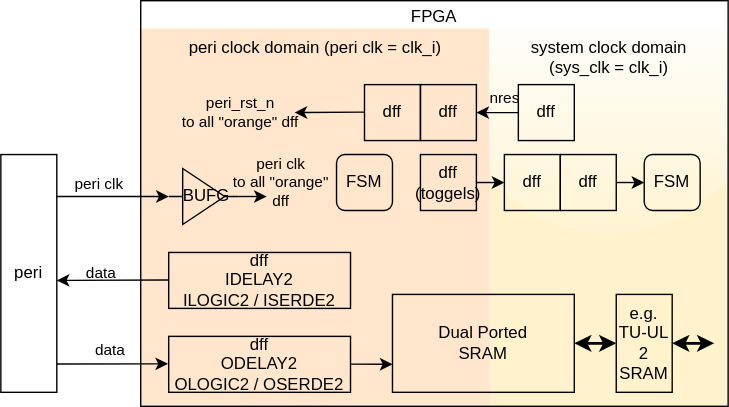
Earlier version of the draw.io export docs/exercises/res/ex6_arch_peri_fast_dpram.drawio.svg (hejiepn/massive_parallel_fir_filter). Source tidied: cells renumbered, new cells last; positions are measured from the earlier drawing's top-left corner, leaving out a move shared by most shapes. The source it was exported from:
```xml
<mxGraphModel>
  <root>
    <mxCell id="0" />
    <mxCell id="1" parent="0" />
    <mxCell id="2" value="peri clock domain (peri clk = clk_i)" style="rounded=0;whiteSpace=wrap;html=1;fillColor=#ffe6cc;strokeColor=none;verticalAlign=top;" parent="1" vertex="1">
      <mxGeometry x="100" y="20" width="250" height="270" as="geometry" />
    </mxCell>
    <mxCell id="3" value="system clock domain &lt;br&gt;(sys_clk = clk_i)" style="rounded=0;whiteSpace=wrap;html=1;fillColor=#FFF2CC;strokeColor=none;verticalAlign=top;glass=1;fillStyle=solid;gradientColor=none;" parent="1" vertex="1">
      <mxGeometry x="350" y="20" width="170" height="270" as="geometry" />
    </mxCell>
    <mxCell id="4" value="peri" style="rounded=0;whiteSpace=wrap;html=1;fillColor=none;" parent="1" vertex="1">
      <mxGeometry y="110" width="40" height="170" as="geometry" />
    </mxCell>
    <mxCell id="5" value="dff&lt;br&gt;IDELAY2&lt;br&gt;ILOGIC2 / ISERDE2" style="rounded=0;whiteSpace=wrap;html=1;fillColor=none;" parent="1" vertex="1">
      <mxGeometry x="120" y="180" width="130" height="40" as="geometry" />
    </mxCell>
    <mxCell id="6" style="endArrow=classic;html=1;rounded=0;exitX=0;exitY=0.5;exitDx=0;exitDy=0;" parent="1" edge="1">
      <mxGeometry relative="1" as="geometry">
        <mxPoint x="119.5" y="199.7" as="sourcePoint" />
        <mxPoint x="40" y="200" as="targetPoint" />
      </mxGeometry>
    </mxCell>
    <mxCell id="7" value="data&amp;nbsp;" style="edgeLabel;html=1;align=center;verticalAlign=middle;labelBackgroundColor=none;" parent="6" vertex="1">
      <mxGeometry x="0.19" y="-4" relative="1" as="geometry">
        <mxPoint y="-1" as="offset" />
      </mxGeometry>
    </mxCell>
    <mxCell id="8" value="dff&lt;br style=&quot;border-color: var(--border-color);&quot;&gt;ODELAY2&lt;br style=&quot;border-color: var(--border-color);&quot;&gt;OLOGIC2 / OSERDE2" style="rounded=0;whiteSpace=wrap;html=1;fillColor=none;" parent="1" vertex="1">
      <mxGeometry x="120" y="240" width="130" height="40" as="geometry" />
    </mxCell>
    <mxCell id="9" style="endArrow=none;html=1;rounded=0;entryX=1.002;entryY=0.881;entryDx=0;entryDy=0;exitX=0;exitY=0.5;exitDx=0;exitDy=0;entryPerimeter=0;startArrow=classic;startFill=1;endFill=0;" parent="1" edge="1" target="4">
      <mxGeometry relative="1" as="geometry">
        <mxPoint x="119.5" y="259.7" as="sourcePoint" />
      </mxGeometry>
    </mxCell>
    <mxCell id="10" value="data" style="edgeLabel;html=1;align=center;verticalAlign=middle;labelBackgroundColor=none;" parent="9" vertex="1">
      <mxGeometry x="0.42" y="-1" relative="1" as="geometry">
        <mxPoint x="15" y="-9" as="offset" />
      </mxGeometry>
    </mxCell>
    <mxCell id="11" style="endArrow=none;html=1;rounded=0;exitX=0;exitY=0.5;exitDx=0;exitDy=0;startArrow=classic;startFill=1;endFill=0;" parent="1" edge="1">
      <mxGeometry relative="1" as="geometry">
        <mxPoint x="120" y="140" as="sourcePoint" />
        <mxPoint x="40" y="140" as="targetPoint" />
      </mxGeometry>
    </mxCell>
    <mxCell id="12" value="peri clk" style="edgeLabel;html=1;align=center;verticalAlign=middle;labelBackgroundColor=none;" parent="11" vertex="1">
      <mxGeometry x="0.31" y="2" relative="1" as="geometry">
        <mxPoint x="2" y="-11" as="offset" />
      </mxGeometry>
    </mxCell>
    <mxCell id="13" value="&amp;nbsp;BUFG" style="verticalLabelPosition=middle;shadow=0;dashed=0;align=center;html=1;verticalAlign=middle;shape=mxgraph.electrical.logic_gates.buffer2;labelBackgroundColor=none;fillColor=none;labelPosition=center;" parent="1" vertex="1">
      <mxGeometry x="120" y="120" width="50" height="40" as="geometry" />
    </mxCell>
    <mxCell id="14" value="dff" style="rounded=0;whiteSpace=wrap;html=1;fillColor=none;" parent="1" vertex="1">
      <mxGeometry x="260" y="60" width="40" height="40" as="geometry" />
    </mxCell>
    <mxCell id="15" value="dff" style="rounded=0;whiteSpace=wrap;html=1;fillColor=none;" parent="1" vertex="1">
      <mxGeometry x="300" y="60" width="40" height="40" as="geometry" />
    </mxCell>
    <mxCell id="16" style="endArrow=none;html=1;rounded=0;startArrow=classic;startFill=1;endFill=0;" parent="1" edge="1" target="13">
      <mxGeometry relative="1" as="geometry">
        <mxPoint x="190" y="140" as="sourcePoint" />
      </mxGeometry>
    </mxCell>
    <mxCell id="17" value="peri clk&lt;br&gt;to all &quot;orange&quot;&lt;br&gt;dff" style="edgeLabel;html=1;align=center;verticalAlign=middle;labelBackgroundColor=none;" parent="16" vertex="1">
      <mxGeometry x="0.31" y="2" relative="1" as="geometry">
        <mxPoint x="23" y="-12" as="offset" />
      </mxGeometry>
    </mxCell>
    <mxCell id="18" style="endArrow=classic;html=1;rounded=0;exitX=0;exitY=0.5;exitDx=0;exitDy=0;" parent="1" edge="1">
      <mxGeometry relative="1" as="geometry">
        <mxPoint x="260" y="79.7" as="sourcePoint" />
        <mxPoint x="210" y="80" as="targetPoint" />
      </mxGeometry>
    </mxCell>
    <mxCell id="19" value="peri_rst_n&lt;br&gt;to all &quot;orange&quot; dff" style="edgeLabel;html=1;align=center;verticalAlign=middle;labelBackgroundColor=none;" parent="18" vertex="1">
      <mxGeometry x="0.19" y="-4" relative="1" as="geometry">
        <mxPoint x="-60" y="4" as="offset" />
      </mxGeometry>
    </mxCell>
    <mxCell id="20" style="endArrow=none;html=1;rounded=0;entryX=0.357;entryY=0.896;entryDx=0;entryDy=0;entryPerimeter=0;startArrow=classic;startFill=1;endFill=0;" parent="1" edge="1" target="32">
      <mxGeometry relative="1" as="geometry">
        <mxPoint x="280" y="260" as="sourcePoint" />
      </mxGeometry>
    </mxCell>
    <mxCell id="21" value="dff&lt;br&gt;(toggels)" style="rounded=0;whiteSpace=wrap;html=1;fillColor=none;" parent="1" vertex="1">
      <mxGeometry x="300" y="110" width="40" height="40" as="geometry" />
    </mxCell>
    <mxCell id="22" value="dff" style="rounded=0;whiteSpace=wrap;html=1;fillColor=none;" parent="1" vertex="1">
      <mxGeometry x="360" y="110" width="40" height="40" as="geometry" />
    </mxCell>
    <mxCell id="23" value="dff" style="rounded=0;whiteSpace=wrap;html=1;fillColor=none;" parent="1" vertex="1">
      <mxGeometry x="400" y="110" width="40" height="40" as="geometry" />
    </mxCell>
    <mxCell id="24" value="Dual Ported&lt;br&gt;SRAM" style="rounded=0;whiteSpace=wrap;html=1;fillColor=none;" parent="1" vertex="1">
      <mxGeometry x="280" y="210" width="130" height="70" as="geometry" />
    </mxCell>
    <mxCell id="25" value="FSM" style="rounded=1;whiteSpace=wrap;html=1;labelBackgroundColor=none;strokeColor=default;fillColor=none;" parent="1" vertex="1">
      <mxGeometry x="240" y="110" width="40" height="40" as="geometry" />
    </mxCell>
    <mxCell id="26" value="dff" style="rounded=0;whiteSpace=wrap;html=1;fillColor=none;" parent="1" vertex="1">
      <mxGeometry x="370" y="60" width="40" height="40" as="geometry" />
    </mxCell>
    <mxCell id="27" style="endArrow=classic;html=1;rounded=0;exitX=0;exitY=0.5;exitDx=0;exitDy=0;entryX=1;entryY=0.5;entryDx=0;entryDy=0;" parent="1" edge="1" source="26" target="15">
      <mxGeometry relative="1" as="geometry" />
    </mxCell>
    <mxCell id="28" value="nres" style="edgeLabel;html=1;align=center;verticalAlign=middle;labelBackgroundColor=none;" parent="27" vertex="1">
      <mxGeometry x="0.19" y="-4" relative="1" as="geometry">
        <mxPoint x="8" y="-6" as="offset" />
      </mxGeometry>
    </mxCell>
    <mxCell id="29" style="endArrow=none;html=1;rounded=0;startArrow=classic;startFill=1;endFill=0;exitX=0;exitY=0.5;exitDx=0;exitDy=0;" parent="1" edge="1" source="22">
      <mxGeometry relative="1" as="geometry">
        <mxPoint x="340" y="130" as="targetPoint" />
      </mxGeometry>
    </mxCell>
    <mxCell id="30" value="FSM" style="rounded=1;whiteSpace=wrap;html=1;labelBackgroundColor=none;strokeColor=default;fillColor=none;" parent="1" vertex="1">
      <mxGeometry x="460" y="110" width="40" height="40" as="geometry" />
    </mxCell>
    <mxCell id="31" style="endArrow=none;html=1;rounded=0;startArrow=classic;startFill=1;endFill=0;entryX=1;entryY=0.5;entryDx=0;entryDy=0;" parent="1" edge="1" source="30" target="23">
      <mxGeometry relative="1" as="geometry" />
    </mxCell>
    <mxCell id="32" value="FPGA" style="rounded=0;whiteSpace=wrap;html=1;labelBackgroundColor=none;strokeColor=default;fillColor=none;verticalAlign=top;spacing=0;" parent="1" vertex="1">
      <mxGeometry x="100" width="420" height="290" as="geometry" />
    </mxCell>
    <mxCell id="33" value="e.g.&lt;br&gt;TU-UL&lt;br&gt;2&lt;br&gt;SRAM" style="rounded=0;whiteSpace=wrap;html=1;fillColor=none;" parent="1" vertex="1">
      <mxGeometry x="440" y="210" width="40" height="70" as="geometry" />
    </mxCell>
    <mxCell id="34" style="endArrow=classic;startArrow=classic;html=1;rounded=0;strokeWidth=2;exitX=1;exitY=0.5;exitDx=0;exitDy=0;entryX=0;entryY=0.5;entryDx=0;entryDy=0;" parent="1" edge="1" source="24" target="33">
      <mxGeometry relative="1" as="geometry" />
    </mxCell>
    <mxCell id="35" style="endArrow=classic;startArrow=classic;html=1;rounded=0;strokeWidth=2;exitX=1;exitY=0.5;exitDx=0;exitDy=0;" parent="1" edge="1" source="33">
      <mxGeometry relative="1" as="geometry">
        <mxPoint x="510" y="245" as="targetPoint" />
      </mxGeometry>
    </mxCell>
  </root>
</mxGraphModel>
```
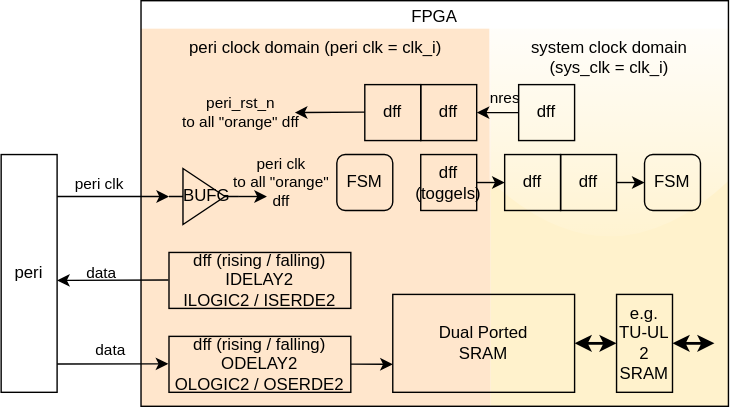
After the change.

The edit, as a diff of the source:
```diff
@@ -11,7 +11,7 @@
     <mxCell id="4" value="peri" style="rounded=0;whiteSpace=wrap;html=1;fillColor=none;" parent="1" vertex="1">
       <mxGeometry y="110" width="40" height="170" as="geometry" />
     </mxCell>
-    <mxCell id="5" value="dff&lt;br&gt;IDELAY2&lt;br&gt;ILOGIC2 / ISERDE2" style="rounded=0;whiteSpace=wrap;html=1;fillColor=none;" parent="1" vertex="1">
+    <mxCell id="5" value="dff (rising / falling)&lt;br&gt;IDELAY2&lt;br&gt;ILOGIC2 / ISERDE2" style="rounded=0;whiteSpace=wrap;html=1;fillColor=none;" parent="1" vertex="1">
       <mxGeometry x="120" y="180" width="130" height="40" as="geometry" />
     </mxCell>
     <mxCell id="6" style="endArrow=classic;html=1;rounded=0;exitX=0;exitY=0.5;exitDx=0;exitDy=0;" parent="1" edge="1">
@@ -25,7 +25,7 @@
         <mxPoint y="-1" as="offset" />
       </mxGeometry>
     </mxCell>
-    <mxCell id="8" value="dff&lt;br style=&quot;border-color: var(--border-color);&quot;&gt;ODELAY2&lt;br style=&quot;border-color: var(--border-color);&quot;&gt;OLOGIC2 / OSERDE2" style="rounded=0;whiteSpace=wrap;html=1;fillColor=none;" parent="1" vertex="1">
+    <mxCell id="8" value="dff (rising / falling)&lt;br style=&quot;border-color: var(--border-color);&quot;&gt;ODELAY2&lt;br style=&quot;border-color: var(--border-color);&quot;&gt;OLOGIC2 / OSERDE2" style="rounded=0;whiteSpace=wrap;html=1;fillColor=none;" parent="1" vertex="1">
       <mxGeometry x="120" y="240" width="130" height="40" as="geometry" />
     </mxCell>
     <mxCell id="9" style="endArrow=none;html=1;rounded=0;entryX=1.002;entryY=0.881;entryDx=0;entryDy=0;exitX=0;exitY=0.5;exitDx=0;exitDy=0;entryPerimeter=0;startArrow=classic;startFill=1;endFill=0;" parent="1" edge="1" target="4">
```
